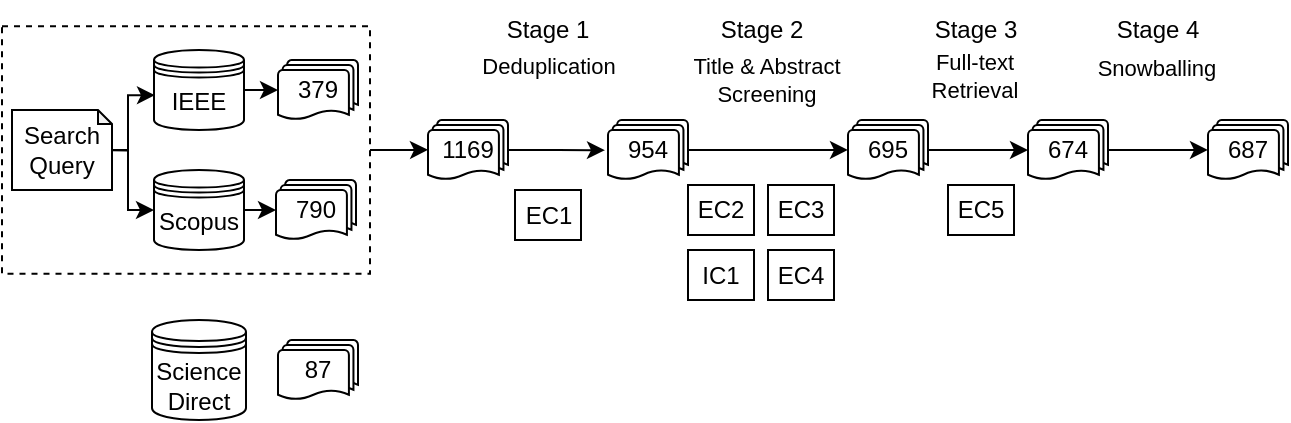
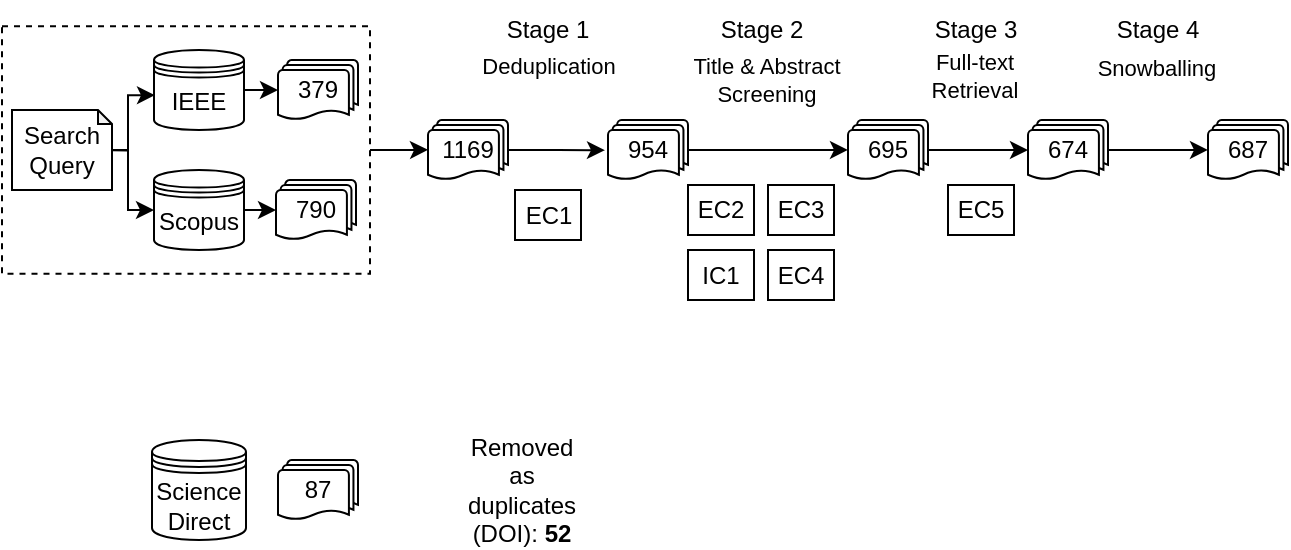
<mxfile host="app.diagrams.net" agent="Mozilla/5.0 (Windows NT 10.0; Win64; x64) AppleWebKit/537.36 (KHTML, like Gecko) Chrome/145.0.0.0 Safari/537.36">
  <diagram name="Page-1" id="EPD-pxOS8JDJHKGQRMdU">
-     <mxGraphModel dx="632" dy="338" grid="1" gridSize="10" guides="1" tooltips="1" connect="1" arrows="1" fold="1" page="1" pageScale="1" pageWidth="850" pageHeight="1100" math="0" shadow="0">
+     <mxGraphModel dx="890" dy="476" grid="1" gridSize="10" guides="1" tooltips="1" connect="1" arrows="1" fold="1" page="1" pageScale="1" pageWidth="850" pageHeight="1100" math="0" shadow="0">
      <root>
        <mxCell id="0" />
        <mxCell id="1" parent="0" />
        <mxCell id="lcWgrL02LOkPsSpJKyJC-1" edge="1" parent="1" source="lcWgrL02LOkPsSpJKyJC-2" style="edgeStyle=orthogonalEdgeStyle;rounded=0;orthogonalLoop=1;jettySize=auto;html=1;">
          <mxGeometry relative="1" as="geometry">
            <mxPoint x="360" y="204.87" as="targetPoint" />
          </mxGeometry>
        </mxCell>
        <mxCell id="lcWgrL02LOkPsSpJKyJC-2" parent="1" style="rounded=0;whiteSpace=wrap;html=1;dashed=1;movable=1;resizable=1;rotatable=1;deletable=1;editable=1;locked=0;connectable=1;" value="" vertex="1">
          <mxGeometry height="123.75" width="184" x="147" y="143.12" as="geometry" />
        </mxCell>
        <mxCell id="lcWgrL02LOkPsSpJKyJC-3" edge="1" parent="1" source="lcWgrL02LOkPsSpJKyJC-4" style="edgeStyle=orthogonalEdgeStyle;rounded=0;orthogonalLoop=1;jettySize=auto;html=1;entryX=0.011;entryY=0.565;entryDx=0;entryDy=0;entryPerimeter=0;" target="lcWgrL02LOkPsSpJKyJC-6">
          <mxGeometry relative="1" as="geometry">
            <Array as="points">
              <mxPoint x="210" y="205" />
              <mxPoint x="210" y="178" />
            </Array>
          </mxGeometry>
        </mxCell>
        <mxCell id="lcWgrL02LOkPsSpJKyJC-4" parent="1" style="shape=note;whiteSpace=wrap;html=1;backgroundOutline=1;darkOpacity=0.05;size=7;" value="Search&lt;div&gt;Query&lt;/div&gt;" vertex="1">
          <mxGeometry height="40" width="50" x="152" y="185" as="geometry" />
        </mxCell>
        <mxCell id="lcWgrL02LOkPsSpJKyJC-5" parent="1" style="shape=datastore;whiteSpace=wrap;html=1;" value="Scopus" vertex="1">
          <mxGeometry height="40" width="45" x="223" y="215" as="geometry" />
        </mxCell>
        <mxCell id="lcWgrL02LOkPsSpJKyJC-6" parent="1" style="shape=datastore;whiteSpace=wrap;html=1;" value="IEEE" vertex="1">
          <mxGeometry height="40" width="45" x="223" y="155" as="geometry" />
        </mxCell>
        <mxCell id="lcWgrL02LOkPsSpJKyJC-7" edge="1" parent="1" source="lcWgrL02LOkPsSpJKyJC-4" style="edgeStyle=orthogonalEdgeStyle;rounded=0;orthogonalLoop=1;jettySize=auto;html=1;entryX=0;entryY=0.5;entryDx=0;entryDy=0;exitX=1;exitY=0.504;exitDx=0;exitDy=0;exitPerimeter=0;" target="lcWgrL02LOkPsSpJKyJC-5">
          <mxGeometry relative="1" as="geometry">
            <Array as="points">
              <mxPoint x="210" y="205" />
              <mxPoint x="210" y="235" />
            </Array>
            <mxPoint x="170" y="205" as="sourcePoint" />
          </mxGeometry>
        </mxCell>
        <mxCell id="lcWgrL02LOkPsSpJKyJC-8" parent="1" style="strokeWidth=1;html=1;shape=mxgraph.flowchart.multi-document;whiteSpace=wrap;" value="790" vertex="1">
          <mxGeometry height="30" width="40" x="284" y="220" as="geometry" />
        </mxCell>
        <mxCell id="lcWgrL02LOkPsSpJKyJC-9" parent="1" style="strokeWidth=1;html=1;shape=mxgraph.flowchart.multi-document;whiteSpace=wrap;" value="379" vertex="1">
          <mxGeometry height="30" width="40" x="285" y="160" as="geometry" />
        </mxCell>
        <mxCell id="lcWgrL02LOkPsSpJKyJC-12" edge="1" parent="1" source="lcWgrL02LOkPsSpJKyJC-14" style="edgeStyle=orthogonalEdgeStyle;rounded=0;orthogonalLoop=1;jettySize=auto;html=1;entryX=-0.038;entryY=0.504;entryDx=0;entryDy=0;entryPerimeter=0;" target="lcWgrL02LOkPsSpJKyJC-17">
          <mxGeometry relative="1" as="geometry">
            <mxPoint x="470" y="205" as="targetPoint" />
          </mxGeometry>
        </mxCell>
        <mxCell id="lcWgrL02LOkPsSpJKyJC-13" connectable="0" parent="lcWgrL02LOkPsSpJKyJC-12" style="edgeLabel;html=1;align=center;verticalAlign=middle;resizable=0;points=[];" value="Deduplication" vertex="1">
          <mxGeometry relative="1" x="-0.0065" y="-1" as="geometry">
            <mxPoint x="-4" y="-43" as="offset" />
          </mxGeometry>
        </mxCell>
        <mxCell id="lcWgrL02LOkPsSpJKyJC-14" parent="1" style="strokeWidth=1;html=1;shape=mxgraph.flowchart.multi-document;whiteSpace=wrap;" value="1169" vertex="1">
          <mxGeometry height="30" width="40" x="360" y="190" as="geometry" />
        </mxCell>
        <mxCell id="lcWgrL02LOkPsSpJKyJC-15" edge="1" parent="1" source="lcWgrL02LOkPsSpJKyJC-17" style="edgeStyle=orthogonalEdgeStyle;rounded=0;orthogonalLoop=1;jettySize=auto;html=1;entryX=0;entryY=0.5;entryDx=0;entryDy=0;entryPerimeter=0;" target="lcWgrL02LOkPsSpJKyJC-19">
          <mxGeometry relative="1" as="geometry">
            <Array as="points" />
            <mxPoint x="570" y="205.00000000000006" as="targetPoint" />
          </mxGeometry>
        </mxCell>
        <mxCell id="lcWgrL02LOkPsSpJKyJC-16" connectable="0" parent="lcWgrL02LOkPsSpJKyJC-15" style="edgeLabel;html=1;align=center;verticalAlign=middle;resizable=0;points=[];" value="Title &amp;amp; Abstract&lt;div&gt;Screening&lt;/div&gt;" vertex="1">
          <mxGeometry relative="1" x="-0.1294" y="-1" as="geometry">
            <mxPoint x="4" y="-36" as="offset" />
          </mxGeometry>
        </mxCell>
        <mxCell id="lcWgrL02LOkPsSpJKyJC-17" parent="1" style="strokeWidth=1;html=1;shape=mxgraph.flowchart.multi-document;whiteSpace=wrap;" value="954" vertex="1">
          <mxGeometry height="30" width="40" x="450" y="189.99" as="geometry" />
        </mxCell>
        <mxCell id="lcWgrL02LOkPsSpJKyJC-18" parent="1" style="rounded=0;whiteSpace=wrap;html=1;" value="EC1" vertex="1">
          <mxGeometry height="25" width="33" x="403.5" y="225" as="geometry" />
        </mxCell>
        <mxCell id="lcWgrL02LOkPsSpJKyJC-19" parent="1" style="strokeWidth=1;html=1;shape=mxgraph.flowchart.multi-document;whiteSpace=wrap;" value="695" vertex="1">
          <mxGeometry height="30" width="40" x="570" y="189.99" as="geometry" />
        </mxCell>
        <mxCell id="lcWgrL02LOkPsSpJKyJC-20" parent="1" style="rounded=0;whiteSpace=wrap;html=1;" value="EC2" vertex="1">
          <mxGeometry height="25" width="33" x="490" y="222.5" as="geometry" />
        </mxCell>
        <mxCell id="lcWgrL02LOkPsSpJKyJC-21" parent="1" style="rounded=0;whiteSpace=wrap;html=1;" value="EC3" vertex="1">
          <mxGeometry height="25" width="33" x="530" y="222.5" as="geometry" />
        </mxCell>
        <mxCell id="lcWgrL02LOkPsSpJKyJC-22" parent="1" style="rounded=0;whiteSpace=wrap;html=1;" value="EC4" vertex="1">
          <mxGeometry height="25" width="33" x="530" y="255" as="geometry" />
        </mxCell>
        <mxCell id="3dYulXDm6Khn9t_g3C1X-1" edge="1" parent="1" source="lcWgrL02LOkPsSpJKyJC-23" style="edgeStyle=orthogonalEdgeStyle;rounded=0;orthogonalLoop=1;jettySize=auto;html=1;entryX=0;entryY=0.5;entryDx=0;entryDy=0;entryPerimeter=0;" target="3dYulXDm6Khn9t_g3C1X-2">
          <mxGeometry relative="1" as="geometry">
            <mxPoint x="850" y="205" as="targetPoint" />
          </mxGeometry>
        </mxCell>
        <mxCell id="3dYulXDm6Khn9t_g3C1X-3" connectable="0" parent="3dYulXDm6Khn9t_g3C1X-1" style="edgeLabel;html=1;align=center;verticalAlign=middle;resizable=0;points=[];" value="Snowballing" vertex="1">
          <mxGeometry relative="1" x="-0.0421" as="geometry">
            <mxPoint y="-41" as="offset" />
          </mxGeometry>
        </mxCell>
        <mxCell id="lcWgrL02LOkPsSpJKyJC-23" parent="1" style="strokeWidth=1;html=1;shape=mxgraph.flowchart.multi-document;whiteSpace=wrap;" value="674" vertex="1">
          <mxGeometry height="30" width="40" x="660" y="190" as="geometry" />
        </mxCell>
        <mxCell id="lcWgrL02LOkPsSpJKyJC-24" edge="1" parent="1" source="lcWgrL02LOkPsSpJKyJC-19" style="edgeStyle=orthogonalEdgeStyle;rounded=0;orthogonalLoop=1;jettySize=auto;html=1;entryX=0;entryY=0.5;entryDx=0;entryDy=0;entryPerimeter=0;" target="lcWgrL02LOkPsSpJKyJC-23">
          <mxGeometry relative="1" as="geometry" />
        </mxCell>
        <mxCell id="lcWgrL02LOkPsSpJKyJC-25" connectable="0" parent="lcWgrL02LOkPsSpJKyJC-24" style="edgeLabel;html=1;align=center;verticalAlign=middle;resizable=0;points=[];" value="Full-text&lt;div&gt;Retrieval&lt;/div&gt;" vertex="1">
          <mxGeometry relative="1" x="-0.1099" y="1" as="geometry">
            <mxPoint y="-36" as="offset" />
          </mxGeometry>
        </mxCell>
        <mxCell id="lcWgrL02LOkPsSpJKyJC-26" parent="1" style="rounded=0;whiteSpace=wrap;html=1;" value="EC5" vertex="1">
          <mxGeometry height="25" width="33" x="620" y="222.5" as="geometry" />
        </mxCell>
        <mxCell id="lcWgrL02LOkPsSpJKyJC-27" parent="1" style="rounded=0;whiteSpace=wrap;html=1;" value="IC1" vertex="1">
          <mxGeometry height="25" width="33" x="490" y="255" as="geometry" />
        </mxCell>
        <mxCell id="lcWgrL02LOkPsSpJKyJC-28" parent="1" style="text;html=1;whiteSpace=wrap;strokeColor=none;fillColor=none;align=center;verticalAlign=middle;rounded=0;" value="Stage 1" vertex="1">
          <mxGeometry height="30" width="60" x="390" y="130" as="geometry" />
        </mxCell>
        <mxCell id="lcWgrL02LOkPsSpJKyJC-29" parent="1" style="text;html=1;whiteSpace=wrap;strokeColor=none;fillColor=none;align=center;verticalAlign=middle;rounded=0;" value="Stage 2" vertex="1">
          <mxGeometry height="30" width="60" x="497" y="130" as="geometry" />
        </mxCell>
        <mxCell id="lcWgrL02LOkPsSpJKyJC-30" parent="1" style="text;html=1;whiteSpace=wrap;strokeColor=none;fillColor=none;align=center;verticalAlign=middle;rounded=0;" value="Stage 3" vertex="1">
          <mxGeometry height="30" width="60" x="604" y="130" as="geometry" />
        </mxCell>
        <mxCell id="3dYulXDm6Khn9t_g3C1X-2" parent="1" style="strokeWidth=1;html=1;shape=mxgraph.flowchart.multi-document;whiteSpace=wrap;" value="687" vertex="1">
          <mxGeometry height="30" width="40" x="750" y="189.99" as="geometry" />
        </mxCell>
        <mxCell id="3dYulXDm6Khn9t_g3C1X-7" parent="1" style="text;html=1;whiteSpace=wrap;strokeColor=none;fillColor=none;align=center;verticalAlign=middle;rounded=0;" value="Stage 4" vertex="1">
          <mxGeometry height="30" width="60" x="695" y="130" as="geometry" />
        </mxCell>
        <mxCell id="3dYulXDm6Khn9t_g3C1X-10" edge="1" parent="1" source="lcWgrL02LOkPsSpJKyJC-5" style="edgeStyle=orthogonalEdgeStyle;rounded=0;orthogonalLoop=1;jettySize=auto;html=1;entryX=0;entryY=0.5;entryDx=0;entryDy=0;entryPerimeter=0;" target="lcWgrL02LOkPsSpJKyJC-8">
          <mxGeometry relative="1" as="geometry">
            <Array as="points">
              <mxPoint x="260" y="235" />
              <mxPoint x="260" y="235" />
            </Array>
          </mxGeometry>
        </mxCell>
        <mxCell id="3dYulXDm6Khn9t_g3C1X-11" edge="1" parent="1" source="lcWgrL02LOkPsSpJKyJC-6" style="edgeStyle=orthogonalEdgeStyle;rounded=0;orthogonalLoop=1;jettySize=auto;html=1;entryX=0;entryY=0.5;entryDx=0;entryDy=0;entryPerimeter=0;" target="lcWgrL02LOkPsSpJKyJC-9">
          <mxGeometry relative="1" as="geometry">
            <Array as="points">
              <mxPoint x="285" y="175" />
            </Array>
          </mxGeometry>
        </mxCell>
        <mxCell id="3dYulXDm6Khn9t_g3C1X-12" edge="1" parent="1" source="lcWgrL02LOkPsSpJKyJC-22" style="edgeStyle=orthogonalEdgeStyle;rounded=0;orthogonalLoop=1;jettySize=auto;html=1;exitX=0.5;exitY=1;exitDx=0;exitDy=0;" target="lcWgrL02LOkPsSpJKyJC-22">
          <mxGeometry relative="1" as="geometry" />
        </mxCell>
        <mxCell id="uM7LAKjQwFEnnQu7Dd1V-1" parent="1" style="shape=datastore;whiteSpace=wrap;html=1;" value="Science&lt;div&gt;Direct&lt;/div&gt;" vertex="1">
-           <mxGeometry height="50" width="47" x="222" y="290" as="geometry" />
+           <mxGeometry height="50" width="47" x="222" y="350" as="geometry" />
        </mxCell>
        <mxCell id="uM7LAKjQwFEnnQu7Dd1V-2" parent="1" style="strokeWidth=1;html=1;shape=mxgraph.flowchart.multi-document;whiteSpace=wrap;" value="87" vertex="1">
-           <mxGeometry height="30" width="40" x="285" y="300" as="geometry" />
+           <mxGeometry height="30" width="40" x="285" y="360" as="geometry" />
+         </mxCell>
+         <mxCell id="uM7LAKjQwFEnnQu7Dd1V-3" parent="1" style="text;html=1;whiteSpace=wrap;strokeColor=none;fillColor=none;align=center;verticalAlign=middle;rounded=0;" value="Removed as duplicates (DOI): &lt;strong&gt;52&lt;/strong&gt;" vertex="1">
+           <mxGeometry height="30" width="60" x="376.5" y="360" as="geometry" />
        </mxCell>
      </root>
    </mxGraphModel>
  </diagram>
</mxfile>
